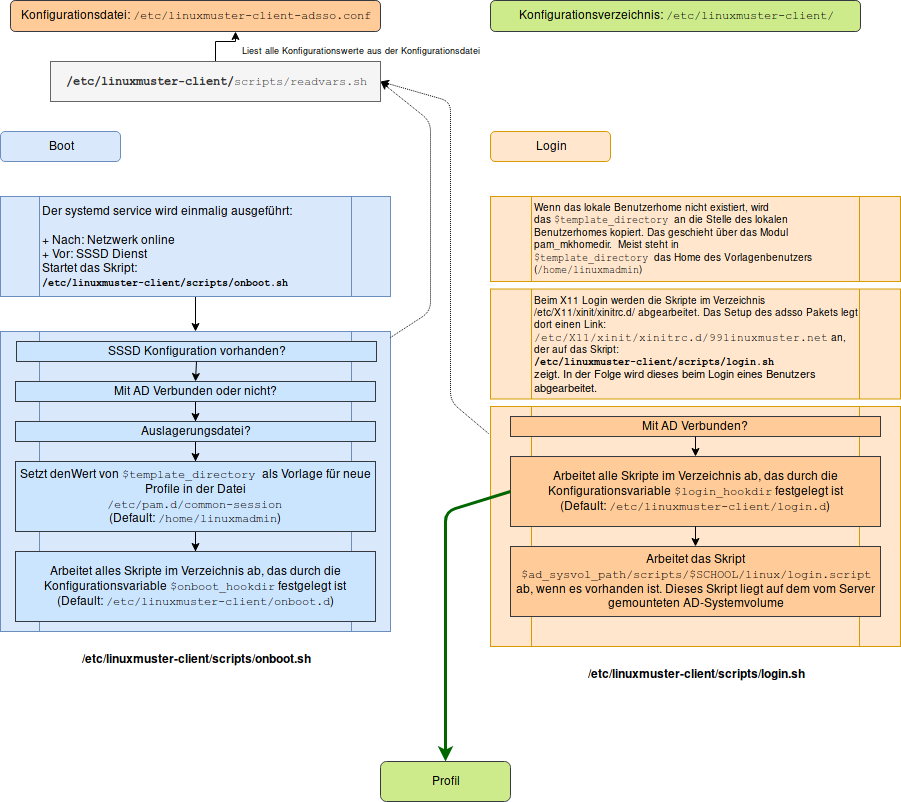
Before: doc/boot_login.png, a diagram exported from draw.io (linuxmuster/linuxmuster-client-adsso). Source tidied: cells renumbered, new cells last; positions are measured from the earlier drawing's top-left corner, leaving out a move shared by most shapes.
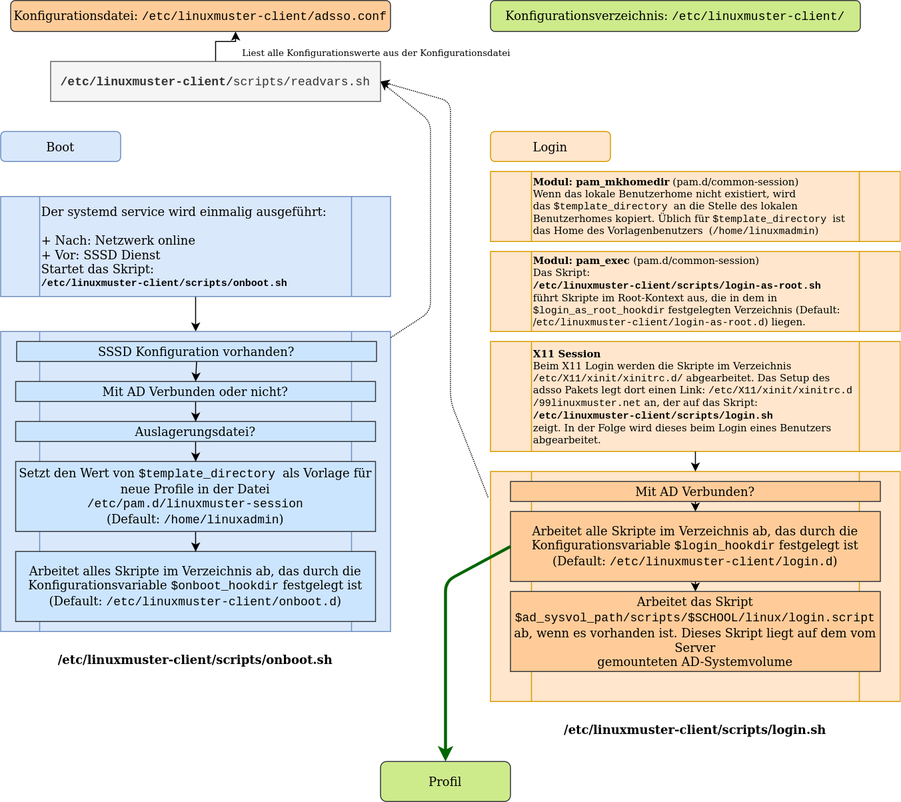
Above is the later version.

The edit, as a diff of the source:
```diff
@@ -8,8 +8,8 @@
     <mxCell id="3" value="Login" style="rounded=1;whiteSpace=wrap;html=1;fillColor=#ffe6cc;strokeColor=#d79b00;" parent="1" vertex="1">
       <mxGeometry x="490" y="131" width="120" height="30" as="geometry" />
     </mxCell>
-    <mxCell id="4" value="&lt;div&gt;Konfigurationsdatei: &lt;font face=&quot;Courier New&quot;&gt;/etc/linuxmuster-client-adsso.conf&lt;/font&gt;&lt;/div&gt;" style="rounded=1;whiteSpace=wrap;html=1;fillColor=#ffcc99;strokeColor=#36393d;" parent="1" vertex="1">
-      <mxGeometry x="10" width="370" height="31" as="geometry" />
+    <mxCell id="4" value="&lt;div&gt;Konfigurationsdatei: &lt;font face=&quot;Courier New&quot;&gt;/etc/linuxmuster-client/adsso.conf&lt;/font&gt;&lt;/div&gt;" style="rounded=1;whiteSpace=wrap;html=1;fillColor=#ffcc99;strokeColor=#36393d;" parent="1" vertex="1">
+      <mxGeometry x="10" width="380" height="31" as="geometry" />
     </mxCell>
     <mxCell id="5" value="&lt;div&gt;Konfigurationsverzeichnis: &lt;font face=&quot;Courier New&quot;&gt;/etc/linuxmuster-client/&lt;/font&gt;&lt;/div&gt;" style="rounded=1;whiteSpace=wrap;html=1;fillColor=#cdeb8b;strokeColor=#36393d;" parent="1" vertex="1">
       <mxGeometry x="490" width="370" height="31" as="geometry" />
@@ -24,7 +24,7 @@
       <mxGeometry y="331" width="390" height="300" as="geometry" />
     </mxCell>
     <mxCell id="9" value="&lt;div&gt;&lt;b&gt;&lt;br&gt;&lt;/b&gt;&lt;/div&gt;&lt;div&gt;&lt;b&gt;/etc/linuxmuster-client/scripts/login.sh&lt;/b&gt;&lt;/div&gt;" style="shape=process;whiteSpace=wrap;html=1;backgroundOutline=1;align=center;fillColor=#ffe6cc;strokeColor=#d79b00;labelPosition=center;verticalLabelPosition=bottom;verticalAlign=top;" parent="1" vertex="1">
-      <mxGeometry x="490" y="406" width="410" height="240" as="geometry" />
+      <mxGeometry x="490" y="471" width="410" height="230" as="geometry" />
     </mxCell>
     <mxCell id="10" style="edgeStyle=orthogonalEdgeStyle;rounded=0;jettySize=auto;html=1;" parent="1" edge="1" source="11">
       <mxGeometry relative="1" as="geometry">
@@ -60,7 +60,7 @@
     <mxCell id="18" style="edgeStyle=orthogonalEdgeStyle;rounded=0;jettySize=auto;html=1;" parent="1" edge="1" source="19" target="20">
       <mxGeometry relative="1" as="geometry" />
     </mxCell>
-    <mxCell id="19" value="&lt;div&gt;&lt;div&gt;&lt;div&gt;&lt;font&gt;Setzt denWert von &lt;span&gt;&lt;span&gt;&lt;font face=&quot;Courier New&quot;&gt;$template_directory &lt;/font&gt;als Vorlage für neue Profile in der Datei&lt;/span&gt;&lt;/span&gt;&lt;/font&gt;&lt;/div&gt;&lt;div&gt;&lt;span&gt;&lt;span&gt;&lt;font&gt;&lt;font face=&quot;Courier New&quot;&gt;/etc/pam.d/common-session&lt;/font&gt;&lt;/font&gt;&lt;br&gt;&lt;/span&gt;&lt;/span&gt;&lt;/div&gt;&lt;div&gt;&lt;span&gt;&lt;span&gt;(Default: &lt;font face=&quot;Courier New&quot;&gt;/home/linuxmadmin&lt;/font&gt;)&lt;br&gt;&lt;/span&gt;&lt;/span&gt;&lt;/div&gt;&lt;span&gt;&lt;span&gt;&lt;span&gt;&lt;span&gt;&lt;/span&gt;&lt;/span&gt;&lt;/span&gt;&lt;/span&gt;&lt;/div&gt;&lt;span&gt;&lt;span&gt;&lt;span&gt;&lt;span&gt;&lt;/span&gt;&lt;/span&gt;&lt;/span&gt;&lt;/span&gt;&lt;/div&gt;&lt;span&gt;&lt;span&gt;&lt;span&gt;&lt;span&gt;&lt;/span&gt;&lt;/span&gt;&lt;/span&gt;&lt;/span&gt;" style="rounded=0;whiteSpace=wrap;html=1;align=center;fillColor=#cce5ff;strokeColor=#36393d;" parent="1" vertex="1">
+    <mxCell id="19" value="&lt;div&gt;&lt;div&gt;&lt;div&gt;&lt;font&gt;Setzt den Wert von &lt;span&gt;&lt;span&gt;&lt;font face=&quot;Courier New&quot;&gt;$template_directory &lt;/font&gt;als Vorlage für neue Profile in der Datei&lt;/span&gt;&lt;/span&gt;&lt;/font&gt;&lt;/div&gt;&lt;div&gt;&lt;span&gt;&lt;span&gt;&lt;font&gt;&lt;font face=&quot;Courier New&quot;&gt;/etc/pam.d/linuxmuster-session&lt;/font&gt;&lt;/font&gt;&lt;br&gt;&lt;/span&gt;&lt;/span&gt;&lt;/div&gt;&lt;div&gt;&lt;span&gt;&lt;span&gt;(Default: &lt;font face=&quot;Courier New&quot;&gt;/home/linuxadmin&lt;/font&gt;)&lt;br&gt;&lt;/span&gt;&lt;/span&gt;&lt;/div&gt;&lt;span&gt;&lt;span&gt;&lt;span&gt;&lt;span&gt;&lt;/span&gt;&lt;/span&gt;&lt;/span&gt;&lt;/span&gt;&lt;/div&gt;&lt;span&gt;&lt;span&gt;&lt;span&gt;&lt;span&gt;&lt;/span&gt;&lt;/span&gt;&lt;/span&gt;&lt;/span&gt;&lt;/div&gt;&lt;span&gt;&lt;span&gt;&lt;span&gt;&lt;span&gt;&lt;/span&gt;&lt;/span&gt;&lt;/span&gt;&lt;/span&gt;" style="rounded=0;whiteSpace=wrap;html=1;align=center;fillColor=#cce5ff;strokeColor=#36393d;" parent="1" vertex="1">
       <mxGeometry x="15" y="461" width="360" height="70" as="geometry" />
     </mxCell>
     <mxCell id="20" value="&lt;div&gt;&lt;div&gt;&lt;span&gt;&lt;span&gt;Arbeitet alles Skripte im Verzeichnis ab, das durch die Konfigurationsvariable &lt;/span&gt;&lt;/span&gt;&lt;span&gt;&lt;span&gt;&lt;span&gt;&lt;span&gt;&lt;font face=&quot;Courier New&quot;&gt;$onboot_hookdir&lt;/font&gt; festgelegt ist&lt;/span&gt;&lt;/span&gt;&lt;/span&gt;&lt;/span&gt;&lt;/div&gt;&lt;div&gt;&lt;span&gt;&lt;span&gt;&lt;span&gt;&lt;span&gt;(Default: &lt;/span&gt;&lt;/span&gt;&lt;/span&gt;&lt;/span&gt; &lt;font face=&quot;Courier New&quot;&gt;/etc/linuxmuster-client/onboot.d&lt;/font&gt;)&lt;/div&gt;&lt;span&gt;&lt;span&gt;&lt;span&gt;&lt;span&gt;&lt;/span&gt;&lt;/span&gt;&lt;/span&gt;&lt;/span&gt;&lt;/div&gt;&lt;span&gt;&lt;span&gt;&lt;span&gt;&lt;span&gt;&lt;/span&gt;&lt;/span&gt;&lt;/span&gt;&lt;/span&gt;" style="rounded=0;whiteSpace=wrap;html=1;align=center;fillColor=#cce5ff;strokeColor=#36393d;" parent="1" vertex="1">
@@ -72,17 +72,17 @@
     <mxCell id="22" style="endArrow=classic;html=1;exitX=0.5;exitY=1;exitDx=0;exitDy=0;entryX=0.5;entryY=0;entryDx=0;entryDy=0;" parent="1" edge="1" source="21" target="15">
       <mxGeometry relative="1" as="geometry" />
     </mxCell>
-    <mxCell id="23" value="&lt;div style=&quot;font-size: 10px&quot;&gt;&lt;font style=&quot;font-size: 10px&quot;&gt;&lt;span&gt;Beim X11 Login werden die Skripte im Verzeichnis &lt;br&gt;&lt;/span&gt;&lt;span&gt;&lt;span&gt;/etc/X11/xinit/xinitrc.d/ abgearbeitet. Das Setup des adsso Pakets legt dort einen Link:&lt;/span&gt;&lt;br&gt;&lt;font style=&quot;font-size: 11px&quot; face=&quot;Courier New&quot;&gt;/etc/X11/xinit/xinitrc.d/99linuxmuster.net&lt;/font&gt;&lt;span&gt; an, der auf das Skript:&lt;br&gt;&lt;/span&gt;&lt;/span&gt;&lt;b&gt;&lt;span&gt;&lt;/span&gt;&lt;span&gt;&lt;span&gt;&lt;/span&gt;&lt;font style=&quot;font-size: 10px&quot; face=&quot;Courier New&quot;&gt;/etc/linuxmuster-client/scripts/login.sh&lt;/font&gt;&lt;span&gt;&lt;/span&gt;&lt;/span&gt;&lt;/b&gt;&lt;/font&gt;&lt;/div&gt;&lt;div style=&quot;font-size: 11px&quot;&gt;&lt;font style=&quot;font-size: 11px&quot;&gt;zeigt. In der Folge wird dieses beim Login eines Benutzers abgearbeitet.&lt;br&gt;&lt;/font&gt;&lt;/div&gt;" style="shape=process;whiteSpace=wrap;html=1;backgroundOutline=1;align=left;fillColor=#ffe6cc;strokeColor=#d79b00;" parent="1" vertex="1">
-      <mxGeometry x="490" y="288.5" width="410" height="110" as="geometry" />
+    <mxCell id="23" value="&lt;div style=&quot;font-size: 10px&quot;&gt;&lt;font style=&quot;font-size: 10px&quot;&gt;&lt;span&gt;&lt;b&gt;X11 Session&lt;/b&gt;&lt;br&gt;&lt;font style=&quot;font-size: 10px&quot;&gt;Beim X11 Login werden die Skripte im Verzeichnis &lt;br&gt;&lt;/font&gt;&lt;/span&gt;&lt;font style=&quot;font-size: 10px&quot;&gt;&lt;span&gt;&lt;span&gt;&lt;font style=&quot;font-size: 10px&quot; face=&quot;Courier New&quot;&gt;/etc/X11/xinit/xinitrc.d/&lt;/font&gt; abgearbeitet. Das Setup des adsso Pakets legt dort einen Link:&lt;/span&gt; &lt;font style=&quot;font-size: 10px&quot; face=&quot;Courier New&quot;&gt;/etc/X11/xinit/xinitrc.d/99linuxmuster.net&lt;/font&gt;&lt;span&gt; an, der auf das Skript:&lt;br&gt;&lt;/span&gt;&lt;/span&gt;&lt;b&gt;&lt;span&gt;&lt;/span&gt;&lt;span&gt;&lt;span&gt;&lt;/span&gt;&lt;font style=&quot;font-size: 10px&quot; face=&quot;Courier New&quot;&gt;/etc/linuxmuster-client/scripts/login.sh&lt;/font&gt;&lt;span&gt;&lt;/span&gt;&lt;/span&gt;&lt;/b&gt;&lt;/font&gt;&lt;/font&gt;&lt;/div&gt;&lt;div style=&quot;font-size: 10px&quot;&gt;&lt;font style=&quot;font-size: 10px&quot;&gt;&lt;font style=&quot;font-size: 10px&quot;&gt;zeigt. In der Folge wird dieses beim Login eines Benutzers abgearbeitet.&lt;/font&gt;&lt;br&gt;&lt;/font&gt;&lt;/div&gt;" style="shape=process;whiteSpace=wrap;html=1;backgroundOutline=1;align=left;fillColor=#ffe6cc;strokeColor=#d79b00;" parent="1" vertex="1">
+      <mxGeometry x="490" y="341" width="410" height="110" as="geometry" />
     </mxCell>
     <mxCell id="24" value="&lt;div&gt;&lt;font&gt;Mit AD Verbunden?&lt;br&gt;&lt;/font&gt;&lt;/div&gt;&lt;span&gt;&lt;span&gt;&lt;span&gt;&lt;span&gt;&lt;/span&gt;&lt;/span&gt;&lt;/span&gt;&lt;/span&gt;" style="rounded=0;whiteSpace=wrap;html=1;align=center;fillColor=#ffcc99;strokeColor=#36393d;" parent="1" vertex="1">
-      <mxGeometry x="510" y="416" width="370" height="20" as="geometry" />
+      <mxGeometry x="510" y="481" width="370" height="20" as="geometry" />
     </mxCell>
     <mxCell id="25" value="&lt;div&gt;&lt;div&gt;&lt;span&gt;&lt;span&gt;Arbeitet alle Skripte im Verzeichnis ab, das durch die Konfigurationsvariable &lt;/span&gt;&lt;/span&gt;&lt;span&gt;&lt;span&gt;&lt;span&gt;&lt;span&gt;&lt;font face=&quot;Courier New&quot;&gt;$login_hookdir&lt;/font&gt; festgelegt ist&lt;/span&gt;&lt;/span&gt;&lt;/span&gt;&lt;/span&gt;&lt;/div&gt;&lt;div&gt;&lt;span&gt;&lt;span&gt;&lt;span&gt;&lt;span&gt;(Default: &lt;/span&gt;&lt;/span&gt;&lt;/span&gt;&lt;/span&gt; &lt;font face=&quot;Courier New&quot;&gt;/etc/linuxmuster-client/login.d&lt;/font&gt;)&lt;/div&gt;&lt;span&gt;&lt;span&gt;&lt;span&gt;&lt;span&gt;&lt;/span&gt;&lt;/span&gt;&lt;/span&gt;&lt;/span&gt;&lt;/div&gt;&lt;span&gt;&lt;span&gt;&lt;span&gt;&lt;span&gt;&lt;/span&gt;&lt;/span&gt;&lt;/span&gt;&lt;/span&gt;" style="rounded=0;whiteSpace=wrap;html=1;align=center;fillColor=#ffcc99;strokeColor=#36393d;" parent="1" vertex="1">
-      <mxGeometry x="510" y="456" width="370" height="70" as="geometry" />
+      <mxGeometry x="510" y="511" width="370" height="70" as="geometry" />
     </mxCell>
     <mxCell id="26" value="&lt;div&gt;&lt;div&gt;&lt;span&gt;&lt;span&gt;Arbeitet das Skript &lt;/span&gt;&lt;/span&gt;&lt;span&gt;&lt;span&gt;&lt;font face=&quot;Courier New&quot;&gt;&lt;span&gt;&lt;span&gt;&lt;br&gt;&lt;/span&gt;&lt;/span&gt;&lt;/font&gt;&lt;/span&gt;&lt;/span&gt;&lt;/div&gt;&lt;div&gt;&lt;span&gt;&lt;span&gt;&lt;font face=&quot;Courier New&quot;&gt;&lt;span&gt;&lt;span&gt;$ad_sysvol_path&lt;/span&gt;/scripts/&lt;span&gt;$SCHOOL&lt;/span&gt;/linux/login.script&lt;/span&gt;&lt;/font&gt;&lt;br&gt;&lt;/span&gt;&lt;/span&gt;&lt;/div&gt;&lt;div&gt;ab, wenn es vorhanden ist. Dieses Skript liegt auf dem vom Server &lt;br&gt;&lt;/div&gt;&lt;div&gt;gemounteten AD-Systemvolume&lt;br&gt;&lt;span&gt;&lt;span&gt;&lt;/span&gt;&lt;/span&gt;&lt;span&gt;&lt;span&gt;&lt;span&gt;&lt;span&gt;&lt;/span&gt;&lt;/span&gt;&lt;/span&gt;&lt;/span&gt;&lt;/div&gt;&lt;/div&gt;&lt;span&gt;&lt;span&gt;&lt;span&gt;&lt;span&gt;&lt;/span&gt;&lt;/span&gt;&lt;/span&gt;&lt;/span&gt;" style="rounded=0;whiteSpace=wrap;html=1;align=center;fillColor=#ffcc99;strokeColor=#36393d;" parent="1" vertex="1">
-      <mxGeometry x="510" y="546" width="370" height="70" as="geometry" />
+      <mxGeometry x="510" y="591" width="370" height="80" as="geometry" />
     </mxCell>
     <mxCell id="27" style="endArrow=classic;html=1;exitX=0.5;exitY=1;exitDx=0;exitDy=0;" parent="1" edge="1" source="24" target="25">
       <mxGeometry relative="1" as="geometry" />
@@ -90,8 +90,8 @@
     <mxCell id="28" style="endArrow=classic;html=1;exitX=0.5;exitY=1;exitDx=0;exitDy=0;entryX=0.5;entryY=0;entryDx=0;entryDy=0;" parent="1" edge="1" source="25" target="26">
       <mxGeometry relative="1" as="geometry" />
     </mxCell>
-    <mxCell id="29" value="&lt;div style=&quot;font-size: 10px&quot;&gt;&lt;font style=&quot;font-size: 10px&quot;&gt;&lt;span&gt;Wenn das lokale Benutzerhome nicht existiert, wird &lt;br&gt;&lt;/span&gt;&lt;/font&gt;&lt;/div&gt;&lt;div style=&quot;font-size: 10px&quot;&gt;&lt;font&gt;&lt;span&gt;das &lt;/span&gt;&lt;/font&gt;&lt;font&gt;&lt;span&gt;&lt;font&gt;&lt;span&gt;&lt;span&gt;&lt;font face=&quot;Courier New&quot;&gt;$template_directory &lt;font face=&quot;Helvetica&quot;&gt;an die Stelle des lokalen Benutzerhomes kopiert. Das geschieht über das Modul pam_mkhomedir.&lt;/font&gt; &lt;font face=&quot;Helvetica&quot;&gt;Meist steht in &lt;/font&gt;&lt;/font&gt;&lt;/span&gt;&lt;/span&gt;&lt;/font&gt;&lt;/span&gt;&lt;/font&gt;&lt;br&gt;&lt;font&gt;&lt;span&gt;&lt;font&gt;&lt;span&gt;&lt;span&gt;&lt;font face=&quot;Courier New&quot;&gt;&lt;font&gt;&lt;span&gt;&lt;font&gt;&lt;span&gt;&lt;span&gt;&lt;font face=&quot;Courier New&quot;&gt;$template_directory &lt;font face=&quot;Helvetica&quot;&gt;das Home des Vorlagenbenutzers &lt;/font&gt;&lt;br&gt;&lt;/font&gt;&lt;/span&gt;&lt;/span&gt;&lt;/font&gt;&lt;/span&gt;&lt;/font&gt;&lt;/font&gt;&lt;/span&gt;&lt;/span&gt;&lt;/font&gt;&lt;/span&gt;&lt;/font&gt;&lt;/div&gt;&lt;div style=&quot;font-size: 10px&quot;&gt;&lt;font&gt;&lt;span&gt;&lt;font&gt;&lt;span&gt;&lt;span&gt;&lt;font face=&quot;Courier New&quot;&gt;&lt;font&gt;&lt;span&gt;&lt;font&gt;&lt;span&gt;&lt;span&gt;&lt;font face=&quot;Courier New&quot;&gt;&lt;font face=&quot;Helvetica&quot;&gt;(&lt;/font&gt;/home/linuxmadmin&lt;font face=&quot;Helvetica&quot;&gt;)&lt;/font&gt;&lt;br&gt;&lt;/font&gt;&lt;/span&gt;&lt;/span&gt;&lt;/font&gt;&lt;/span&gt;&lt;/font&gt;&lt;/font&gt;&lt;/span&gt;&lt;/span&gt;&lt;/font&gt;&lt;/span&gt;&lt;/font&gt;&lt;/div&gt;" style="shape=process;whiteSpace=wrap;html=1;backgroundOutline=1;align=left;fillColor=#ffe6cc;strokeColor=#d79b00;" parent="1" vertex="1">
-      <mxGeometry x="490" y="196" width="410" height="85" as="geometry" />
+    <mxCell id="29" value="&lt;div style=&quot;font-size: 10px&quot;&gt;&lt;font style=&quot;font-size: 10px&quot;&gt;&lt;span&gt;&lt;b&gt;Modul: pam_mkhomedir&lt;/b&gt; (pam.d/common-session)&lt;br&gt;Wenn das lokale Benutzerhome nicht existiert, wird &lt;br&gt;&lt;/span&gt;&lt;/font&gt;&lt;/div&gt;&lt;div style=&quot;font-size: 10px&quot;&gt;&lt;font&gt;&lt;span&gt;das &lt;/span&gt;&lt;/font&gt;&lt;font&gt;&lt;span&gt;&lt;font&gt;&lt;span&gt;&lt;span&gt;&lt;font face=&quot;Courier New&quot;&gt;$template_directory &lt;font face=&quot;Helvetica&quot;&gt;an die Stelle des lokalen Benutzerhomes kopiert. &lt;/font&gt;&lt;font face=&quot;Helvetica&quot;&gt;Üblich für &lt;/font&gt;&lt;/font&gt;&lt;/span&gt;&lt;/span&gt;&lt;/font&gt;&lt;/span&gt;&lt;/font&gt;&lt;font&gt;&lt;span&gt;&lt;font&gt;&lt;span&gt;&lt;span&gt;&lt;font face=&quot;Courier New&quot;&gt;&lt;font&gt;&lt;span&gt;&lt;font&gt;&lt;span&gt;&lt;span&gt;&lt;font face=&quot;Courier New&quot;&gt;$template_directory &lt;font face=&quot;Helvetica&quot;&gt;ist das Home des Vorlagenbenutzers&lt;font face=&quot;Courier New&quot;&gt; &lt;/font&gt;(&lt;/font&gt;/home/linuxmadmin&lt;font face=&quot;Helvetica&quot;&gt;)&lt;/font&gt;&lt;br&gt;&lt;/font&gt;&lt;/span&gt;&lt;/span&gt;&lt;/font&gt;&lt;/span&gt;&lt;/font&gt;&lt;/font&gt;&lt;/span&gt;&lt;/span&gt;&lt;/font&gt;&lt;/span&gt;&lt;/font&gt;&lt;/div&gt;" style="shape=process;whiteSpace=wrap;html=1;backgroundOutline=1;align=left;fillColor=#ffe6cc;strokeColor=#d79b00;" parent="1" vertex="1">
+      <mxGeometry x="490" y="171" width="410" height="70" as="geometry" />
     </mxCell>
     <mxCell id="30" style="endArrow=classic;html=1;exitX=-0.006;exitY=0.112;exitDx=0;exitDy=0;entryX=1;entryY=0.5;entryDx=0;entryDy=0;exitPerimeter=0;dashed=1;dashPattern=1 1;" parent="1" edge="1" source="9" target="11">
       <mxGeometry relative="1" as="geometry">
@@ -107,9 +107,15 @@
     <mxCell id="32" style="endArrow=classic;html=1;exitX=0;exitY=0.5;exitDx=0;exitDy=0;entryX=0.5;entryY=0;entryDx=0;entryDy=0;fillColor=#d5e8d4;strokeColor=#006600;strokeWidth=3;" parent="1" edge="1" source="25" target="31">
       <mxGeometry relative="1" as="geometry">
         <Array as="points">
-          <mxPoint x="445" y="511" />
+          <mxPoint x="445" y="581" />
         </Array>
       </mxGeometry>
     </mxCell>
+    <mxCell id="33" value="&lt;div style=&quot;font-size: 10px&quot;&gt;&lt;font style=&quot;font-size: 10px&quot;&gt;&lt;span&gt;&lt;b&gt;Modul: pam_exec &lt;/b&gt;(pam.d/common-session)&lt;b&gt;&lt;br&gt;&lt;/b&gt;&lt;/span&gt;&lt;/font&gt;&lt;/div&gt;&lt;div style=&quot;font-size: 10px&quot;&gt;&lt;font style=&quot;font-size: 10px&quot;&gt;&lt;span&gt;Das Skript: &lt;b&gt;&lt;font face=&quot;Courier New&quot;&gt;&lt;br&gt;/etc/linuxmuster-client/scripts/login-as-root.sh&lt;/font&gt;&lt;/b&gt;&lt;/span&gt;&lt;/font&gt;&lt;/div&gt;&lt;div style=&quot;font-size: 10px&quot;&gt;&lt;font style=&quot;font-size: 10px&quot;&gt;&lt;span&gt;führt Skripte im Root-Kontext aus, die in dem in &lt;font face=&quot;Courier New&quot;&gt;$login_as_root_hookdir&lt;/font&gt; festgelegten Verzeichnis (Default: /&lt;font face=&quot;Courier New&quot;&gt;etc/linuxmuster-client/login-as-root.d&lt;/font&gt;) liegen.&lt;b&gt;&lt;br&gt;&lt;/b&gt;&lt;/span&gt;&lt;/font&gt;&lt;/div&gt;" style="shape=process;whiteSpace=wrap;html=1;backgroundOutline=1;align=left;fillColor=#ffe6cc;strokeColor=#d79b00;" parent="1" vertex="1">
+      <mxGeometry x="490" y="251" width="410" height="80" as="geometry" />
+    </mxCell>
+    <mxCell id="34" style="endArrow=classic;html=1;entryX=0.5;entryY=0;entryDx=0;entryDy=0;" parent="1" edge="1" source="23" target="9">
+      <mxGeometry relative="1" as="geometry" />
+    </mxCell>
   </root>
 </mxGraphModel>
```
